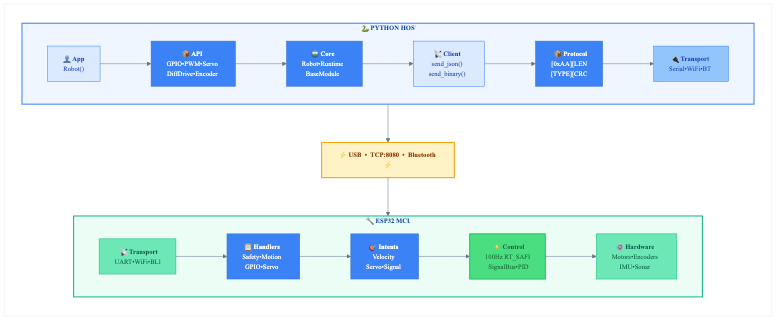
kwasblue/Mara keeps this Mermaid diagram as docs/mara_overview.png. Above is the earlier version. Its source is kept beside it as docs/mara_overview.mmd.
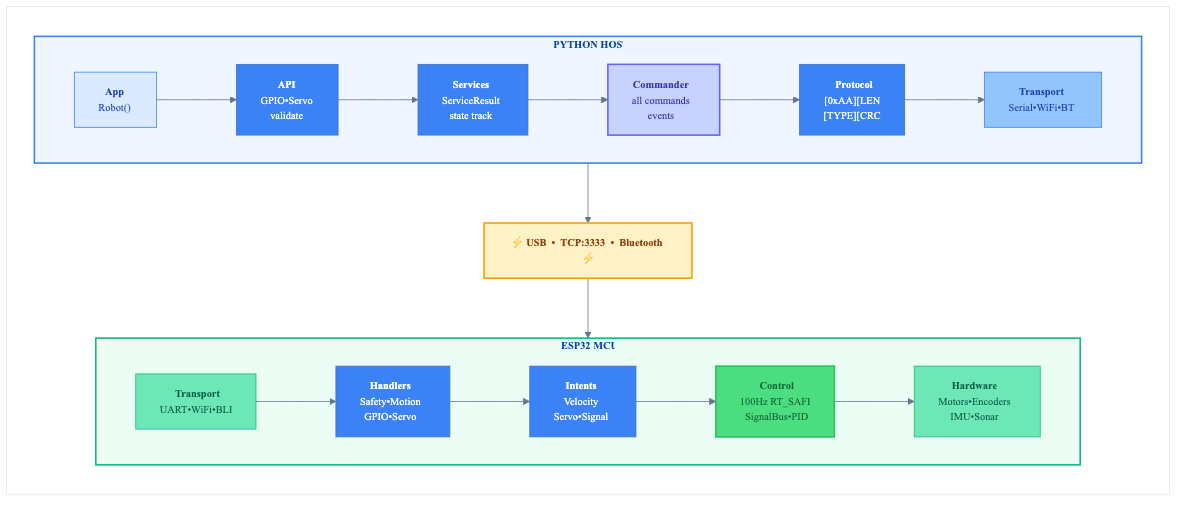
Later version of the same file.

What changed in the source:
```diff
@@ -13,27 +13,27 @@
     subgraph SYSTEM[" "]
         direction TB
 
-        subgraph HOST["🐍 <b>PYTHON HOST</b>"]
+        subgraph HOST["<b>PYTHON HOST</b>"]
             direction LR
-            H1["<b>👤 App</b><br/>Robot()"]
-            H2["<b>📦 API</b><br/>GPIO•PWM•Servo<br/>DiffDrive•Encoder"]
-            H3["<b>🤖 Core</b><br/>Robot•Runtime<br/>BaseModule"]
-            H4["<b>📡 Client</b><br/>send_json()<br/>send_binary()"]
-            H5["<b>📦 Protocol</b><br/>[0xAA][LEN]<br/>[TYPE][CRC]"]
-            H6["<b>🔌 Transport</b><br/>Serial•WiFi•BT"]
+            H1["<b>App</b><br/>Robot()"]
+            H2["<b>API</b><br/>GPIO•Servo<br/>validate"]
+            H3["<b>Services</b><br/>ServiceResult<br/>state track"]
+            H4["<b>Commander</b><br/>all commands<br/>events"]
+            H5["<b>Protocol</b><br/>[0xAA][LEN]<br/>[TYPE][CRC]"]
+            H6["<b>Transport</b><br/>Serial•WiFi•BT"]
 
             H1 --> H2 --> H3 --> H4 --> H5 --> H6
         end
 
         WIRE["<b>⚡ USB  •  TCP:3333  •  Bluetooth ⚡</b>"]
 
-        subgraph MCU["🔧 <b>ESP32 MCU</b>"]
+        subgraph MCU["<b>ESP32 MCU</b>"]
             direction LR
-            M1["<b>📡 Transport</b><br/>UART•WiFi•BLE"]
-            M2["<b>📋 Handlers</b><br/>Safety•Motion<br/>GPIO•Servo"]
-            M3["<b>🎯 Intents</b><br/>Velocity<br/>Servo•Signal"]
-            M4["<b>⚡ Control</b><br/>100Hz RT_SAFE<br/>SignalBus•PID"]
-            M5["<b>⚙️ Hardware</b><br/>Motors•Encoders<br/>IMU•Sonar"]
+            M1["<b>Transport</b><br/>UART•WiFi•BLE"]
+            M2["<b>Handlers</b><br/>Safety•Motion<br/>GPIO•Servo"]
+            M3["<b>Intents</b><br/>Velocity<br/>Servo•Signal"]
+            M4["<b>Control</b><br/>100Hz RT_SAFE<br/>SignalBus•PID"]
+            M5["<b>Hardware</b><br/>Motors•Encoders<br/>IMU•Sonar"]
 
             M1 --> M2 --> M3 --> M4 --> M5
         end
@@ -47,7 +47,7 @@
     style SYSTEM fill:#ffffff,stroke:#e2e8f0,stroke-width:1px
 
     style H1 fill:#dbeafe,stroke:#3b82f6,color:#1e40af
-    style H4 fill:#dbeafe,stroke:#3b82f6,color:#1e40af
+    style H4 fill:#c7d2fe,stroke:#6366f1,color:#3730a3,stroke-width:2px
     style H6 fill:#93c5fd,stroke:#3b82f6,color:#1e40af
     style M1 fill:#6ee7b7,stroke:#10b981,color:#065f46
     style M4 fill:#4ade80,stroke:#22c55e,color:#166534,stroke-width:2px
```
